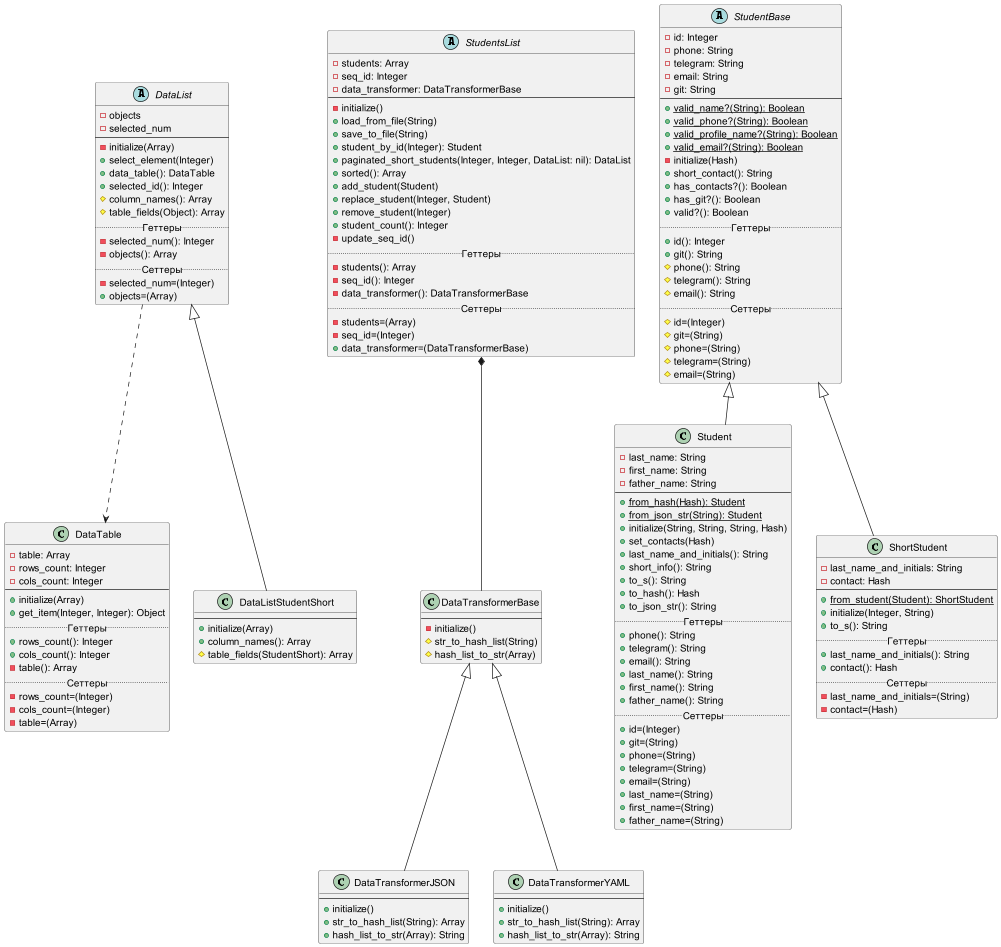
r1411/PatternsLabs keeps this PlantUML diagram as Diagrams/lab2.png. Above is the earlier version.
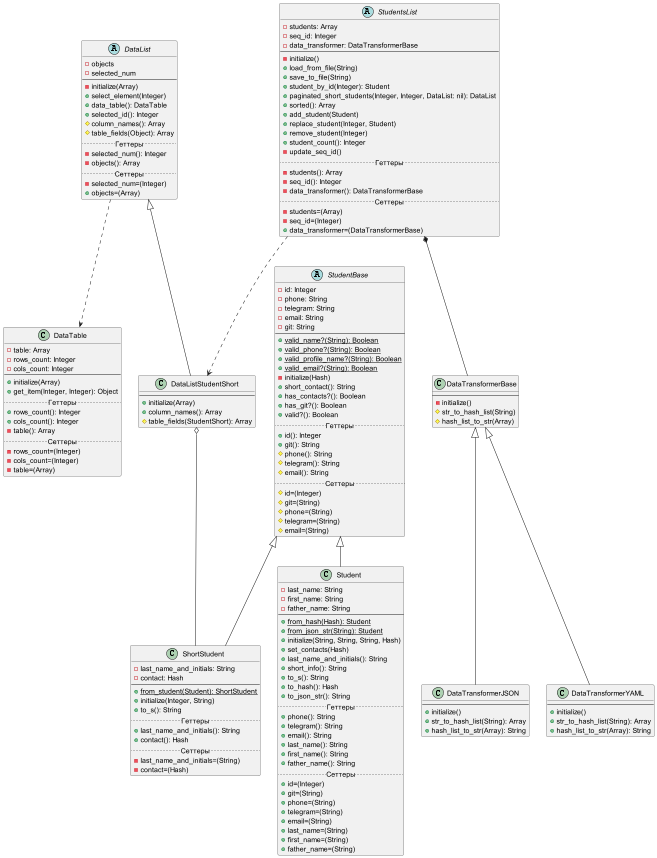
The same diagram one commit later.

Commit message:
Актуализация диаграммы классов

Change to the diagram source:
```diff
@@ -2,6 +2,8 @@
 
 DataList ..> DataTable
 StudentsList *-- DataTransformerBase
+StudentsList ..> DataListStudentShort
+DataListStudentShort o-- ShortStudent
 
 abstract class StudentBase {
     -id: Integer
```
